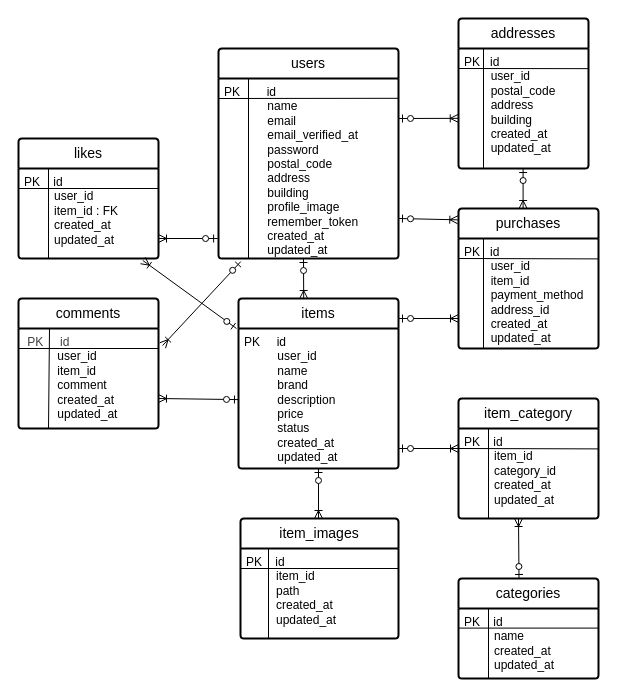
Before: docs/erd.drawio in aki5538/techfle, a draw.io diagram. Source tidied: cells renumbered, new cells numbered last; positions are measured from the earlier drawing's top-left corner, leaving out a move shared by most shapes. Both pictures are drawn from the tidied source at 100%, with x=0, y=0 at pixel (18, 18).
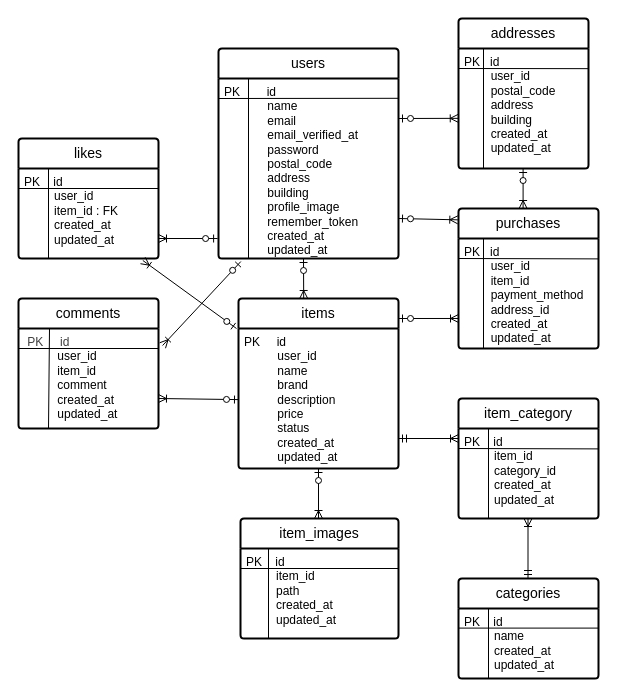
Above is the later version.

The edit, as a diff of the source:
```diff
@@
-    <mxCell id="43" style="fontSize=12;html=1;endArrow=ERoneToMany;startArrow=ERzeroToOne;" parent="1" edge="1">
-      <mxGeometry relative="1" as="geometry">
-        <mxPoint x="380" y="430" as="sourcePoint" />
-        <mxPoint x="440" y="430" as="targetPoint" />
-      </mxGeometry>
-    </mxCell>
-    <mxCell id="44" style="fontSize=12;html=1;endArrow=ERoneToMany;startArrow=ERzeroToOne;exitX=0.5;exitY=0;exitDx=0;exitDy=0;" parent="1" edge="1">
-      <mxGeometry relative="1" as="geometry">
-        <mxPoint x="500.5" y="560" as="sourcePoint" />
-        <mxPoint x="500" y="500" as="targetPoint" />
-      </mxGeometry>
-    </mxCell>
@@
+    <mxCell id="48" style="fontSize=12;html=1;endArrow=ERoneToMany;startArrow=ERmandOne;" parent="1" edge="1">
+      <mxGeometry relative="1" as="geometry">
+        <mxPoint x="380" y="420" as="sourcePoint" />
+        <mxPoint x="440" y="420" as="targetPoint" />
+      </mxGeometry>
+    </mxCell>
+    <mxCell id="49" style="fontSize=12;html=1;endArrow=ERoneToMany;startArrow=ERmandOne;" parent="1" edge="1">
+      <mxGeometry relative="1" as="geometry">
+        <mxPoint x="509.5" y="560" as="sourcePoint" />
+        <mxPoint x="509.5" y="500" as="targetPoint" />
+      </mxGeometry>
+    </mxCell>
```
